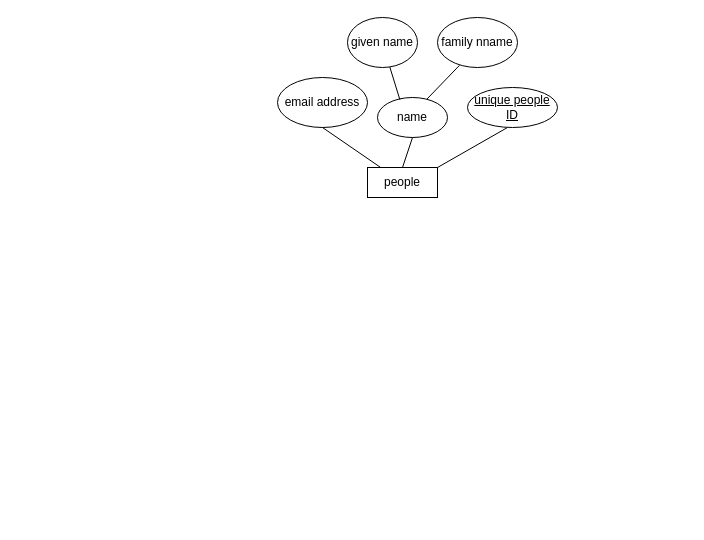
Before: Untitled Diagram.drawio in sowhydoUwastemytime/c, a draw.io diagram. Source tidied: cells renumbered, new cells numbered last; positions are measured from the earlier drawing's top-left corner, leaving out a move shared by most shapes. Both pictures are drawn from the tidied source at 100%, with x=0, y=0 at pixel (277, 17).
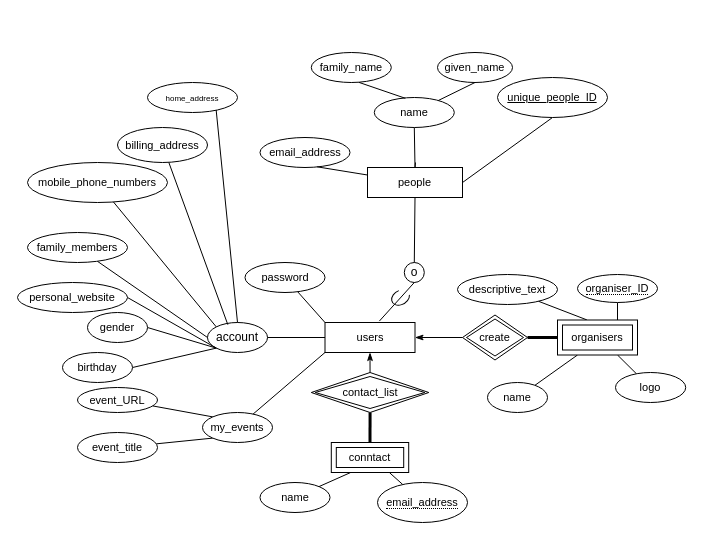
The same diagram, later.

Change to the diagram source:
```diff
@@
+    <mxCell id="13" value="o" style="ellipse;whiteSpace=wrap;html=1;" parent="1" vertex="1">
+      <mxGeometry x="126.8" y="245" width="20" height="20" as="geometry" />
+    </mxCell>
+    <mxCell id="14" value="account" style="ellipse;whiteSpace=wrap;html=1;" parent="1" vertex="1">
+      <mxGeometry x="-70" y="305" width="60" height="30" as="geometry" />
+    </mxCell>
+    <mxCell id="15" style="endArrow=none;html=1;rounded=0;exitX=0;exitY=0;exitDx=0;exitDy=0;" parent="1" edge="1" source="14" target="22">
+      <mxGeometry relative="1" as="geometry" />
+    </mxCell>
+    <mxCell id="16" style="endArrow=none;html=1;rounded=0;exitX=0;exitY=0.5;exitDx=0;exitDy=0;" parent="1" edge="1" source="14" target="23">
+      <mxGeometry relative="1" as="geometry" />
+    </mxCell>
+    <mxCell id="17" style="endArrow=none;html=1;rounded=0;entryX=0;entryY=1;entryDx=0;entryDy=0;exitX=1;exitY=0.5;exitDx=0;exitDy=0;" parent="1" edge="1" source="24" target="14">
+      <mxGeometry relative="1" as="geometry" />
+    </mxCell>
+    <mxCell id="18" style="endArrow=none;html=1;rounded=0;exitX=0.339;exitY=0.072;exitDx=0;exitDy=0;exitPerimeter=0;" parent="1" edge="1" source="14" target="21">
+      <mxGeometry relative="1" as="geometry" />
+    </mxCell>
+    <mxCell id="19" style="endArrow=none;html=1;rounded=0;entryX=0;entryY=1;entryDx=0;entryDy=0;exitX=1;exitY=0.5;exitDx=0;exitDy=0;" parent="1" edge="1" source="25" target="14">
+      <mxGeometry relative="1" as="geometry" />
+    </mxCell>
+    <mxCell id="20" value="&lt;font style=&quot;font-size: 8px&quot;&gt;home_address&lt;/font&gt;" style="ellipse;whiteSpace=wrap;html=1;" parent="1" vertex="1">
+      <mxGeometry x="-130" y="65" width="90" height="30" as="geometry" />
+    </mxCell>
+    <mxCell id="21" value="&lt;font style=&quot;font-size: 11px&quot;&gt;billing_address&lt;/font&gt;" style="ellipse;whiteSpace=wrap;html=1;fontSize=8;" parent="1" vertex="1">
+      <mxGeometry x="-160" y="110" width="90" height="35" as="geometry" />
+    </mxCell>
+    <mxCell id="22" value="mobile_phone_numbers" style="ellipse;whiteSpace=wrap;html=1;fontSize=11;" parent="1" vertex="1">
+      <mxGeometry x="-250" y="145" width="140" height="40" as="geometry" />
+    </mxCell>
+    <mxCell id="23" value="family_members" style="ellipse;whiteSpace=wrap;html=1;fontSize=11;" parent="1" vertex="1">
+      <mxGeometry x="-250" y="215" width="100" height="30" as="geometry" />
+    </mxCell>
+    <mxCell id="24" value="personal_website" style="ellipse;whiteSpace=wrap;html=1;fontSize=11;" parent="1" vertex="1">
+      <mxGeometry x="-260" y="265" width="110" height="30" as="geometry" />
+    </mxCell>
+    <mxCell id="25" value="gender" style="ellipse;whiteSpace=wrap;html=1;fontSize=11;" parent="1" vertex="1">
+      <mxGeometry x="-190" y="295" width="60" height="30" as="geometry" />
+    </mxCell>
+    <mxCell id="26" style="endArrow=none;html=1;rounded=0;fontSize=11;entryX=0;entryY=1;entryDx=0;entryDy=0;exitX=1;exitY=0.5;exitDx=0;exitDy=0;" parent="1" edge="1" source="27" target="14">
+      <mxGeometry relative="1" as="geometry" />
+    </mxCell>
+    <mxCell id="27" value="birthday" style="ellipse;whiteSpace=wrap;html=1;fontSize=11;" parent="1" vertex="1">
+      <mxGeometry x="-215" y="335" width="70" height="30" as="geometry" />
+    </mxCell>
+    <mxCell id="28" style="endArrow=none;html=1;rounded=0;fontSize=11;entryX=0.5;entryY=1;entryDx=0;entryDy=0;exitX=0.5;exitY=0;exitDx=0;exitDy=0;" parent="1" edge="1" target="14">
+      <mxGeometry relative="1" as="geometry">
+        <mxPoint x="-40" y="335" as="sourcePoint" />
+      </mxGeometry>
+    </mxCell>
+    <mxCell id="29" style="edgeStyle=none;rounded=0;jettySize=auto;html=1;exitX=0.5;exitY=1;exitDx=0;exitDy=0;fontSize=11;startArrow=none;startFill=0;endArrow=none;endFill=0;strokeWidth=3;" parent="1" edge="1" source="30" target="60">
+      <mxGeometry relative="1" as="geometry" />
+    </mxCell>
+    <mxCell id="30" value="contact_list" style="shape=rhombus;double=1;perimeter=rhombusPerimeter;whiteSpace=wrap;html=1;align=center;rounded=0;shadow=0;sketch=0;fontSize=11;" parent="1" vertex="1">
+      <mxGeometry x="33.8" y="355" width="117.5" height="40" as="geometry" />
+    </mxCell>
+    <mxCell id="31" style="edgeStyle=none;rounded=0;jettySize=auto;html=1;fontSize=11;endArrow=none;endFill=0;entryX=0.5;entryY=0;entryDx=0;entryDy=0;exitX=0.5;exitY=1;exitDx=0;exitDy=0;" parent="1" edge="1" source="32" target="2">
+      <mxGeometry relative="1" as="geometry" />
+    </mxCell>
+    <mxCell id="32" value="name" style="ellipse;whiteSpace=wrap;html=1;align=center;rounded=0;shadow=0;sketch=0;fontSize=11;" parent="1" vertex="1">
+      <mxGeometry x="96.8" y="80" width="80" height="30" as="geometry" />
+    </mxCell>
+    <mxCell id="33" style="edgeStyle=none;rounded=0;jettySize=auto;html=1;exitX=0.5;exitY=0;exitDx=0;exitDy=0;fontSize=11;startArrow=none;startFill=0;endArrow=none;endFill=0;strokeWidth=1;" parent="1" edge="1" source="2">
+      <mxGeometry relative="1" as="geometry">
+        <mxPoint x="138" y="145" as="targetPoint" />
+      </mxGeometry>
+    </mxCell>
-    <mxCell id="2" value="people" style="rounded=0;whiteSpace=wrap;html=1;" parent="1" vertex="1">
-      <mxGeometry x="90" y="150" width="70" height="30" as="geometry" />
+    <mxCell id="2" value="people" style="whiteSpace=wrap;html=1;align=center;rounded=0;shadow=0;sketch=0;fontSize=11;" parent="1" vertex="1">
+      <mxGeometry x="90" y="150" width="95" height="30" as="geometry" />
     </mxCell>
-    <mxCell id="3" value="email address" style="ellipse;whiteSpace=wrap;html=1;" parent="1" vertex="1">
-      <mxGeometry y="60" width="90" height="50" as="geometry" />
-    </mxCell>
-    <mxCell id="4" style="endArrow=none;html=1;entryX=0.5;entryY=1;entryDx=0;entryDy=0;" parent="1" edge="1" source="2" target="3">
-      <mxGeometry relative="1" as="geometry" />
-    </mxCell>
-    <mxCell id="5" value="given name" style="ellipse;whiteSpace=wrap;html=1;" parent="1" vertex="1">
-      <mxGeometry x="70" width="70" height="50" as="geometry" />
-    </mxCell>
-    <mxCell id="6" value="name" style="ellipse;whiteSpace=wrap;html=1;" parent="1" vertex="1">
-      <mxGeometry x="100" y="80" width="70" height="40" as="geometry" />
-    </mxCell>
-    <mxCell id="7" style="endArrow=none;html=1;entryX=0.5;entryY=1;entryDx=0;entryDy=0;exitX=0.5;exitY=0;exitDx=0;exitDy=0;" parent="1" edge="1" source="2" target="6">
-      <mxGeometry relative="1" as="geometry" />
-    </mxCell>
-    <mxCell id="8" style="endArrow=none;html=1;exitX=0.32;exitY=0.055;exitDx=0;exitDy=0;exitPerimeter=0;" parent="1" edge="1" source="6" target="5">
-      <mxGeometry relative="1" as="geometry" />
-    </mxCell>
-    <mxCell id="9" value="family nname" style="ellipse;whiteSpace=wrap;html=1;" parent="1" vertex="1">
-      <mxGeometry x="160" width="80" height="50" as="geometry" />
-    </mxCell>
-    <mxCell id="10" style="endArrow=none;html=1;exitX=0.709;exitY=0.035;exitDx=0;exitDy=0;entryX=0.275;entryY=0.956;entryDx=0;entryDy=0;entryPerimeter=0;exitPerimeter=0;" parent="1" edge="1" source="6" target="9">
-      <mxGeometry relative="1" as="geometry" />
-    </mxCell>
-    <mxCell id="11" style="endArrow=none;html=1;exitX=1;exitY=0;exitDx=0;exitDy=0;" parent="1" edge="1" source="2">
-      <mxGeometry relative="1" as="geometry">
-        <mxPoint x="230" y="110" as="targetPoint" />
-      </mxGeometry>
-    </mxCell>
-    <mxCell id="12" value="&lt;u&gt;&lt;font style=&quot;font-size: 12px&quot;&gt;unique people ID&lt;/font&gt;&lt;/u&gt;" style="ellipse;whiteSpace=wrap;html=1;" parent="1" vertex="1">
-      <mxGeometry x="190" y="70" width="90" height="40" as="geometry" />
-    </mxCell>
+    <mxCell id="34" style="endArrow=none;html=1;rounded=0;fontSize=11;exitX=1;exitY=0.5;exitDx=0;exitDy=0;entryX=0.5;entryY=1;entryDx=0;entryDy=0;" parent="1" edge="1" source="2" target="35">
+      <mxGeometry relative="1" as="geometry" />
+    </mxCell>
+    <mxCell id="35" value="unique_people_ID" style="ellipse;whiteSpace=wrap;html=1;align=center;fontStyle=4;rounded=0;shadow=0;sketch=0;fontSize=11;" parent="1" vertex="1">
+      <mxGeometry x="220" y="60" width="110" height="40" as="geometry" />
+    </mxCell>
+    <mxCell id="36" value="email_address" style="ellipse;whiteSpace=wrap;html=1;align=center;rounded=0;shadow=0;sketch=0;fontSize=11;" parent="1" vertex="1">
+      <mxGeometry x="-17.5" y="120" width="90" height="30" as="geometry" />
+    </mxCell>
+    <mxCell id="37" style="endArrow=none;html=1;rounded=0;fontSize=11;entryX=0;entryY=0.25;entryDx=0;entryDy=0;exitX=0.635;exitY=0.978;exitDx=0;exitDy=0;exitPerimeter=0;" parent="1" edge="1" source="36" target="2">
+      <mxGeometry relative="1" as="geometry" />
+    </mxCell>
+    <mxCell id="38" style="endArrow=none;html=1;rounded=0;fontSize=11;exitX=0.5;exitY=1;exitDx=0;exitDy=0;entryX=0.5;entryY=0;entryDx=0;entryDy=0;" parent="1" edge="1" source="2" target="13">
+      <mxGeometry relative="1" as="geometry" />
+    </mxCell>
+    <mxCell id="39" style="edgeStyle=none;rounded=0;jettySize=auto;html=1;exitX=0;exitY=0.5;exitDx=0;exitDy=0;entryX=1;entryY=0.5;entryDx=0;entryDy=0;fontSize=11;endArrow=none;endFill=0;" parent="1" edge="1" source="44" target="14">
+      <mxGeometry relative="1" as="geometry" />
+    </mxCell>
+    <mxCell id="40" style="edgeStyle=none;rounded=0;jettySize=auto;html=1;exitX=0.5;exitY=1;exitDx=0;exitDy=0;entryX=0.5;entryY=0;entryDx=0;entryDy=0;fontSize=11;startArrow=classicThin;startFill=1;endArrow=none;endFill=0;" parent="1" edge="1" source="44" target="30">
+      <mxGeometry relative="1" as="geometry" />
+    </mxCell>
+    <mxCell id="41" style="edgeStyle=none;rounded=0;jettySize=auto;html=1;exitX=0;exitY=0;exitDx=0;exitDy=0;fontSize=11;startArrow=none;startFill=0;endArrow=none;endFill=0;" parent="1" edge="1" source="44" target="52">
+      <mxGeometry relative="1" as="geometry" />
+    </mxCell>
+    <mxCell id="42" style="edgeStyle=none;rounded=0;jettySize=auto;html=1;exitX=0;exitY=1;exitDx=0;exitDy=0;fontSize=11;startArrow=none;startFill=0;endArrow=none;endFill=0;" parent="1" edge="1" source="44" target="55">
+      <mxGeometry relative="1" as="geometry" />
+    </mxCell>
+    <mxCell id="43" style="edgeStyle=none;rounded=0;jettySize=auto;html=1;exitX=1;exitY=0.5;exitDx=0;exitDy=0;fontSize=11;startArrow=classicThin;startFill=1;endArrow=none;endFill=0;strokeWidth=1;" parent="1" edge="1" source="44" target="64">
+      <mxGeometry relative="1" as="geometry" />
+    </mxCell>
+    <mxCell id="44" value="users" style="whiteSpace=wrap;html=1;align=center;rounded=0;shadow=0;sketch=0;fontSize=11;" parent="1" vertex="1">
+      <mxGeometry x="47.5" y="305" width="90" height="30" as="geometry" />
+    </mxCell>
+    <mxCell id="45" style="endArrow=none;html=1;rounded=0;fontSize=11;exitX=0.5;exitY=1;exitDx=0;exitDy=0;" parent="1" edge="1" source="46" target="32">
+      <mxGeometry relative="1" as="geometry" />
+    </mxCell>
+    <mxCell id="46" value="given_name" style="ellipse;whiteSpace=wrap;html=1;align=center;rounded=0;shadow=0;sketch=0;fontSize=11;" parent="1" vertex="1">
+      <mxGeometry x="160" y="35" width="75" height="30" as="geometry" />
+    </mxCell>
+    <mxCell id="47" style="endArrow=none;html=1;rounded=0;fontSize=11;entryX=0.387;entryY=0.025;entryDx=0;entryDy=0;exitX=0.597;exitY=0.997;exitDx=0;exitDy=0;exitPerimeter=0;entryPerimeter=0;" parent="1" edge="1" source="48" target="32">
+      <mxGeometry relative="1" as="geometry" />
+    </mxCell>
+    <mxCell id="48" value="family_name" style="ellipse;whiteSpace=wrap;html=1;align=center;rounded=0;shadow=0;sketch=0;fontSize=11;" parent="1" vertex="1">
+      <mxGeometry x="33.8" y="35" width="80" height="30" as="geometry" />
+    </mxCell>
+    <mxCell id="49" style="verticalLabelPosition=bottom;verticalAlign=top;html=1;shape=mxgraph.basic.arc;startAngle=0.3;endAngle=0.03302405011007771;rounded=0;shadow=0;sketch=0;fontSize=11;rotation=-30;" parent="1" vertex="1">
+      <mxGeometry x="113.6" y="273" width="18.9" height="14" as="geometry" />
+    </mxCell>
+    <mxCell id="50" style="endArrow=none;html=1;rounded=0;fontSize=11;entryX=0.5;entryY=1;entryDx=0;entryDy=0;startArrow=none;exitX=0.604;exitY=-0.047;exitDx=0;exitDy=0;exitPerimeter=0;" parent="1" edge="1" source="44" target="13">
+      <mxGeometry relative="1" as="geometry" />
+    </mxCell>
+    <mxCell id="51" style="endArrow=none;html=1;rounded=0;fontSize=11;entryX=0.5;entryY=0;entryDx=0;entryDy=0;exitX=0.763;exitY=0.917;exitDx=0;exitDy=0;exitPerimeter=0;" parent="1" edge="1" source="20" target="14">
+      <mxGeometry relative="1" as="geometry" />
+    </mxCell>
+    <mxCell id="52" value="password" style="ellipse;whiteSpace=wrap;html=1;align=center;rounded=0;shadow=0;sketch=0;fontSize=11;" parent="1" vertex="1">
+      <mxGeometry x="-32.5" y="245" width="80" height="30" as="geometry" />
+    </mxCell>
+    <mxCell id="53" style="edgeStyle=none;rounded=0;jettySize=auto;html=1;exitX=0;exitY=0;exitDx=0;exitDy=0;fontSize=11;startArrow=none;startFill=0;endArrow=none;endFill=0;" parent="1" edge="1" source="55" target="56">
+      <mxGeometry relative="1" as="geometry" />
+    </mxCell>
+    <mxCell id="54" style="edgeStyle=none;rounded=0;jettySize=auto;html=1;exitX=0;exitY=1;exitDx=0;exitDy=0;fontSize=11;startArrow=none;startFill=0;endArrow=none;endFill=0;" parent="1" edge="1" source="55" target="57">
+      <mxGeometry relative="1" as="geometry" />
+    </mxCell>
+    <mxCell id="55" value="my_events" style="ellipse;whiteSpace=wrap;html=1;align=center;rounded=0;shadow=0;sketch=0;fontSize=11;" parent="1" vertex="1">
+      <mxGeometry x="-75" y="395" width="70" height="30" as="geometry" />
+    </mxCell>
+    <mxCell id="56" value="event_URL" style="ellipse;whiteSpace=wrap;html=1;align=center;rounded=0;shadow=0;sketch=0;fontSize=11;" parent="1" vertex="1">
+      <mxGeometry x="-200" y="370" width="80" height="25" as="geometry" />
+    </mxCell>
+    <mxCell id="57" value="event_title" style="ellipse;whiteSpace=wrap;html=1;align=center;rounded=0;shadow=0;sketch=0;fontSize=11;" parent="1" vertex="1">
+      <mxGeometry x="-200" y="415" width="80" height="30" as="geometry" />
+    </mxCell>
+    <mxCell id="58" style="edgeStyle=none;rounded=0;jettySize=auto;html=1;exitX=0.25;exitY=1;exitDx=0;exitDy=0;fontSize=11;startArrow=none;startFill=0;endArrow=none;endFill=0;" parent="1" edge="1" source="60" target="61">
+      <mxGeometry relative="1" as="geometry" />
+    </mxCell>
+    <mxCell id="59" style="edgeStyle=none;rounded=0;jettySize=auto;html=1;exitX=0.75;exitY=1;exitDx=0;exitDy=0;fontSize=11;startArrow=none;startFill=0;endArrow=none;endFill=0;" parent="1" edge="1" source="60" target="62">
+      <mxGeometry relative="1" as="geometry" />
+    </mxCell>
+    <mxCell id="60" value="conntact" style="shape=ext;margin=3;double=1;whiteSpace=wrap;html=1;align=center;rounded=0;shadow=0;sketch=0;fontSize=11;" parent="1" vertex="1">
+      <mxGeometry x="53.8" y="425" width="77.4" height="30" as="geometry" />
+    </mxCell>
+    <mxCell id="61" value="name" style="ellipse;whiteSpace=wrap;html=1;align=center;rounded=0;shadow=0;sketch=0;fontSize=11;" parent="1" vertex="1">
+      <mxGeometry x="-17.5" y="465" width="70" height="30" as="geometry" />
+    </mxCell>
+    <mxCell id="62" value="&lt;span style=&quot;border-bottom: 1px dotted&quot;&gt;email_address&lt;/span&gt;" style="ellipse;whiteSpace=wrap;html=1;align=center;rounded=0;shadow=0;sketch=0;fontSize=11;" parent="1" vertex="1">
+      <mxGeometry x="100" y="465" width="90" height="40" as="geometry" />
+    </mxCell>
+    <mxCell id="63" style="edgeStyle=none;rounded=0;jettySize=auto;html=1;exitX=1;exitY=0.5;exitDx=0;exitDy=0;fontSize=11;startArrow=none;startFill=0;endArrow=none;endFill=0;strokeWidth=3;" parent="1" edge="1" source="64" target="69">
+      <mxGeometry relative="1" as="geometry" />
+    </mxCell>
+    <mxCell id="64" value="create" style="shape=rhombus;double=1;perimeter=rhombusPerimeter;whiteSpace=wrap;html=1;align=center;rounded=0;shadow=0;sketch=0;fontSize=11;" parent="1" vertex="1">
+      <mxGeometry x="185" y="297.5" width="65" height="45" as="geometry" />
+    </mxCell>
+    <mxCell id="65" style="edgeStyle=none;rounded=0;jettySize=auto;html=1;exitX=0.367;exitY=-0.003;exitDx=0;exitDy=0;fontSize=11;startArrow=none;startFill=0;endArrow=none;endFill=0;strokeWidth=1;exitPerimeter=0;" parent="1" edge="1" source="69" target="70">
+      <mxGeometry relative="1" as="geometry" />
+    </mxCell>
+    <mxCell id="66" style="edgeStyle=none;rounded=0;jettySize=auto;html=1;exitX=0.25;exitY=1;exitDx=0;exitDy=0;fontSize=11;startArrow=none;startFill=0;endArrow=none;endFill=0;strokeWidth=1;" parent="1" edge="1" source="69" target="71">
+      <mxGeometry relative="1" as="geometry" />
+    </mxCell>
+    <mxCell id="67" style="edgeStyle=none;rounded=0;jettySize=auto;html=1;exitX=0.75;exitY=1;exitDx=0;exitDy=0;fontSize=11;startArrow=none;startFill=0;endArrow=none;endFill=0;strokeWidth=1;" parent="1" edge="1" source="69" target="72">
+      <mxGeometry relative="1" as="geometry" />
+    </mxCell>
+    <mxCell id="68" style="edgeStyle=none;rounded=0;jettySize=auto;html=1;exitX=0.75;exitY=0;exitDx=0;exitDy=0;fontSize=11;startArrow=none;startFill=0;endArrow=none;endFill=0;strokeWidth=1;" parent="1" edge="1" source="69" target="73">
+      <mxGeometry relative="1" as="geometry" />
+    </mxCell>
+    <mxCell id="69" value="organisers" style="shape=ext;margin=3;double=1;whiteSpace=wrap;html=1;align=center;rounded=0;shadow=0;sketch=0;fontSize=11;" parent="1" vertex="1">
+      <mxGeometry x="280" y="302.5" width="80" height="35" as="geometry" />
+    </mxCell>
+    <mxCell id="70" value="&lt;div style=&quot;text-align: left&quot;&gt;descriptive_text&lt;/div&gt;" style="ellipse;whiteSpace=wrap;html=1;align=center;rounded=0;shadow=0;sketch=0;fontSize=11;" parent="1" vertex="1">
+      <mxGeometry x="180" y="257" width="100" height="30" as="geometry" />
+    </mxCell>
+    <mxCell id="71" value="name" style="ellipse;whiteSpace=wrap;html=1;align=center;rounded=0;shadow=0;sketch=0;fontSize=11;" parent="1" vertex="1">
+      <mxGeometry x="210" y="365" width="60" height="30" as="geometry" />
+    </mxCell>
+    <mxCell id="72" value="logo" style="ellipse;whiteSpace=wrap;html=1;align=center;rounded=0;shadow=0;sketch=0;fontSize=11;" parent="1" vertex="1">
+      <mxGeometry x="338" y="355" width="70.2" height="30" as="geometry" />
+    </mxCell>
+    <mxCell id="73" value="&lt;span style=&quot;border-bottom: 1px dotted&quot;&gt;organiser_ID&lt;/span&gt;" style="ellipse;whiteSpace=wrap;html=1;align=center;rounded=0;shadow=0;sketch=0;fontSize=11;" parent="1" vertex="1">
+      <mxGeometry x="300" y="257" width="80" height="28" as="geometry" />
+    </mxCell>
```
